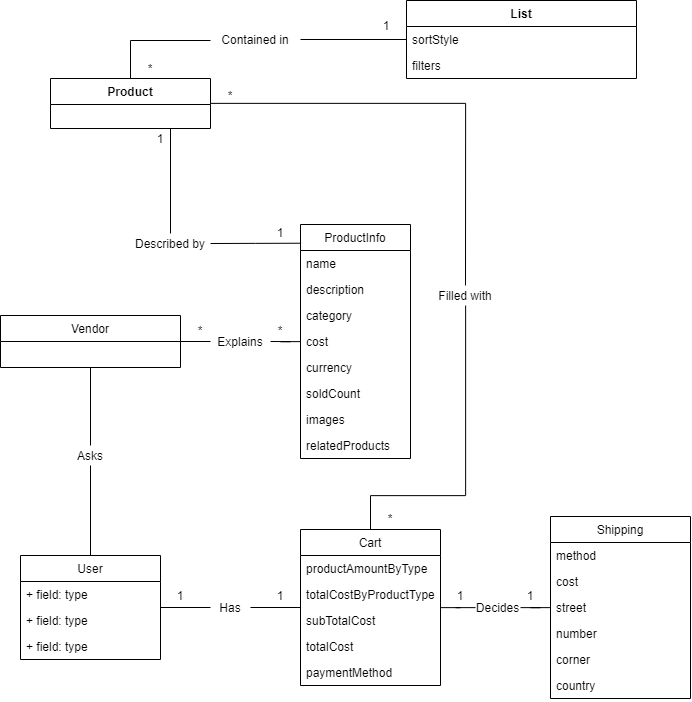
Above: Diagrama de clases Obligatorio.png in ezio815/obligatorio_jap (draw.io), before the change. Source tidied: cells renumbered, new cells last; positions are measured from the earlier drawing's top-left corner, leaving out a move shared by most shapes. Source of this version:
```xml
<mxGraphModel>
  <root>
    <mxCell id="0" />
    <mxCell id="1" parent="0" />
    <mxCell id="2" style="edgeStyle=orthogonalEdgeStyle;rounded=0;jettySize=auto;html=1;fontSize=12;endArrow=none;endFill=0;strokeColor=#000000;" parent="1" edge="1" source="3" target="10">
      <mxGeometry relative="1" as="geometry">
        <Array as="points">
          <mxPoint x="130" y="40" />
        </Array>
      </mxGeometry>
    </mxCell>
    <mxCell id="3" value="Product" style="swimlane;fontStyle=1;align=center;verticalAlign=top;horizontal=1;startSize=26;" parent="1" vertex="1">
      <mxGeometry x="50" y="78" width="160" height="50" as="geometry" />
    </mxCell>
    <mxCell id="4" value="List" style="swimlane;fontStyle=1;align=center;verticalAlign=top;horizontal=1;startSize=26;" parent="1" vertex="1">
      <mxGeometry x="406" width="230" height="78" as="geometry" />
    </mxCell>
    <mxCell id="5" value="sortStyle" style="text;strokeColor=none;fillColor=none;align=left;verticalAlign=top;spacingLeft=4;spacingRight=4;overflow=hidden;fontSize=12;" parent="4" vertex="1">
      <mxGeometry y="26" width="230" height="26" as="geometry" />
    </mxCell>
    <mxCell id="6" value="filters" style="text;strokeColor=none;fillColor=none;align=left;verticalAlign=top;spacingLeft=4;spacingRight=4;overflow=hidden;fontSize=12;" parent="4" vertex="1">
      <mxGeometry y="52" width="230" height="26" as="geometry" />
    </mxCell>
    <mxCell id="7" style="edgeStyle=orthogonalEdgeStyle;rounded=0;jettySize=auto;html=1;exitX=1;exitY=0.5;exitDx=0;exitDy=0;entryX=0;entryY=0.5;entryDx=0;entryDy=0;fontSize=12;endArrow=none;endFill=0;strokeColor=#000000;" parent="1" edge="1" source="8" target="28">
      <mxGeometry relative="1" as="geometry" />
    </mxCell>
    <mxCell id="8" value="Vendor" style="swimlane;fontStyle=0;horizontal=1;startSize=26;fillColor=none;" parent="1" vertex="1">
      <mxGeometry y="315" width="180" height="52" as="geometry" />
    </mxCell>
    <mxCell id="9" style="edgeStyle=orthogonalEdgeStyle;rounded=0;jettySize=auto;html=1;fontSize=12;endArrow=none;endFill=0;strokeColor=#000000;" parent="1" edge="1" source="10" target="4">
      <mxGeometry relative="1" as="geometry">
        <Array as="points">
          <mxPoint x="300" y="39" />
          <mxPoint x="300" y="39" />
        </Array>
      </mxGeometry>
    </mxCell>
    <mxCell id="10" value="Contained in" style="text;html=1;strokeColor=none;fillColor=none;align=center;verticalAlign=middle;whiteSpace=wrap;rounded=0;" parent="1" vertex="1">
      <mxGeometry x="210" y="29" width="90" height="20" as="geometry" />
    </mxCell>
    <mxCell id="11" value="*" style="text;html=1;strokeColor=none;fillColor=none;align=center;verticalAlign=middle;whiteSpace=wrap;rounded=0;fontSize=12;" parent="1" vertex="1">
      <mxGeometry x="130" y="58" width="40" height="20" as="geometry" />
    </mxCell>
    <mxCell id="12" value="1" style="text;html=1;strokeColor=none;fillColor=none;align=center;verticalAlign=middle;whiteSpace=wrap;rounded=0;fontSize=12;" parent="1" vertex="1">
      <mxGeometry x="366" y="15" width="40" height="20" as="geometry" />
    </mxCell>
    <mxCell id="13" value="ProductInfo" style="swimlane;fontStyle=0;horizontal=1;startSize=26;fillColor=none;fontSize=12;" parent="1" vertex="1">
      <mxGeometry x="300" y="224" width="110" height="234" as="geometry" />
    </mxCell>
    <mxCell id="14" value="name" style="text;strokeColor=none;fillColor=none;align=left;verticalAlign=top;spacingLeft=4;spacingRight=4;overflow=hidden;fontSize=12;" parent="13" vertex="1">
      <mxGeometry y="26" width="110" height="26" as="geometry" />
    </mxCell>
    <mxCell id="15" value="description" style="text;strokeColor=none;fillColor=none;align=left;verticalAlign=top;spacingLeft=4;spacingRight=4;overflow=hidden;fontSize=12;" parent="13" vertex="1">
      <mxGeometry y="52" width="110" height="26" as="geometry" />
    </mxCell>
    <mxCell id="16" value="category" style="text;strokeColor=none;fillColor=none;align=left;verticalAlign=top;spacingLeft=4;spacingRight=4;overflow=hidden;fontSize=12;" parent="13" vertex="1">
      <mxGeometry y="78" width="110" height="26" as="geometry" />
    </mxCell>
    <mxCell id="17" value="cost" style="text;strokeColor=none;fillColor=none;align=left;verticalAlign=top;spacingLeft=4;spacingRight=4;overflow=hidden;fontSize=12;" parent="13" vertex="1">
      <mxGeometry y="104" width="110" height="26" as="geometry" />
    </mxCell>
    <mxCell id="18" value="currency" style="text;strokeColor=none;fillColor=none;align=left;verticalAlign=top;spacingLeft=4;spacingRight=4;overflow=hidden;fontSize=12;" parent="13" vertex="1">
      <mxGeometry y="130" width="110" height="26" as="geometry" />
    </mxCell>
    <mxCell id="19" value="soldCount" style="text;strokeColor=none;fillColor=none;align=left;verticalAlign=top;spacingLeft=4;spacingRight=4;overflow=hidden;fontSize=12;" parent="13" vertex="1">
      <mxGeometry y="156" width="110" height="26" as="geometry" />
    </mxCell>
    <mxCell id="20" value="images" style="text;strokeColor=none;fillColor=none;align=left;verticalAlign=top;spacingLeft=4;spacingRight=4;overflow=hidden;fontSize=12;" parent="13" vertex="1">
      <mxGeometry y="182" width="110" height="26" as="geometry" />
    </mxCell>
    <mxCell id="21" value="relatedProducts" style="text;strokeColor=none;fillColor=none;align=left;verticalAlign=top;spacingLeft=4;spacingRight=4;overflow=hidden;fontSize=12;" parent="13" vertex="1">
      <mxGeometry y="208" width="110" height="26" as="geometry" />
    </mxCell>
    <mxCell id="22" style="edgeStyle=orthogonalEdgeStyle;rounded=0;jettySize=auto;html=1;entryX=0.006;entryY=0.08;entryDx=0;entryDy=0;entryPerimeter=0;fontSize=12;endArrow=none;endFill=0;strokeColor=#000000;startArrow=none;exitX=1;exitY=0.5;exitDx=0;exitDy=0;" parent="1" edge="1" source="23" target="13">
      <mxGeometry relative="1" as="geometry" />
    </mxCell>
    <mxCell id="23" value="Described by" style="text;html=1;strokeColor=none;fillColor=none;align=center;verticalAlign=middle;whiteSpace=wrap;rounded=0;fontSize=12;" parent="1" vertex="1">
      <mxGeometry x="130" y="233" width="80" height="20" as="geometry" />
    </mxCell>
    <mxCell id="24" style="edgeStyle=orthogonalEdgeStyle;rounded=0;jettySize=auto;html=1;entryX=0.5;entryY=0;entryDx=0;entryDy=0;fontSize=12;endArrow=none;endFill=0;strokeColor=#000000;exitX=0.75;exitY=1;exitDx=0;exitDy=0;" parent="1" edge="1" source="3" target="23">
      <mxGeometry relative="1" as="geometry" />
    </mxCell>
    <mxCell id="25" value="1" style="text;html=1;strokeColor=none;fillColor=none;align=center;verticalAlign=middle;whiteSpace=wrap;rounded=0;fontSize=12;" parent="1" vertex="1">
      <mxGeometry x="140" y="128" width="40" height="20" as="geometry" />
    </mxCell>
    <mxCell id="26" value="1" style="text;html=1;strokeColor=none;fillColor=none;align=center;verticalAlign=middle;whiteSpace=wrap;rounded=0;fontSize=12;" parent="1" vertex="1">
      <mxGeometry x="260" y="222" width="40" height="20" as="geometry" />
    </mxCell>
    <mxCell id="27" style="edgeStyle=orthogonalEdgeStyle;rounded=0;jettySize=auto;html=1;exitX=1;exitY=0.5;exitDx=0;exitDy=0;fontSize=12;endArrow=none;endFill=0;strokeColor=#000000;" parent="1" edge="1" source="28" target="13">
      <mxGeometry relative="1" as="geometry" />
    </mxCell>
    <mxCell id="28" value="Explains" style="text;html=1;strokeColor=none;fillColor=none;align=center;verticalAlign=middle;whiteSpace=wrap;rounded=0;fontSize=12;" parent="1" vertex="1">
      <mxGeometry x="210" y="331" width="60" height="20" as="geometry" />
    </mxCell>
    <mxCell id="29" value="*" style="text;html=1;strokeColor=none;fillColor=none;align=center;verticalAlign=middle;whiteSpace=wrap;rounded=0;fontSize=12;" parent="1" vertex="1">
      <mxGeometry x="180" y="320" width="40" height="20" as="geometry" />
    </mxCell>
    <mxCell id="30" value="*" style="text;html=1;strokeColor=none;fillColor=none;align=center;verticalAlign=middle;whiteSpace=wrap;rounded=0;fontSize=12;" parent="1" vertex="1">
      <mxGeometry x="260" y="320" width="40" height="20" as="geometry" />
    </mxCell>
    <mxCell id="31" style="edgeStyle=orthogonalEdgeStyle;rounded=0;jettySize=auto;html=1;entryX=0.5;entryY=1;entryDx=0;entryDy=0;fontSize=12;endArrow=none;endFill=0;strokeColor=#000000;startArrow=none;" parent="1" edge="1" source="36" target="8">
      <mxGeometry relative="1" as="geometry" />
    </mxCell>
    <mxCell id="32" value="User" style="swimlane;fontStyle=0;horizontal=1;startSize=26;fillColor=none;fontSize=12;" parent="1" vertex="1">
      <mxGeometry x="20" y="555" width="140" height="104" as="geometry" />
    </mxCell>
    <mxCell id="33" value="+ field: type" style="text;strokeColor=none;fillColor=none;align=left;verticalAlign=top;spacingLeft=4;spacingRight=4;overflow=hidden;" parent="32" vertex="1">
      <mxGeometry y="26" width="140" height="26" as="geometry" />
    </mxCell>
    <mxCell id="34" value="+ field: type" style="text;strokeColor=none;fillColor=none;align=left;verticalAlign=top;spacingLeft=4;spacingRight=4;overflow=hidden;" parent="32" vertex="1">
      <mxGeometry y="52" width="140" height="26" as="geometry" />
    </mxCell>
    <mxCell id="35" value="+ field: type" style="text;strokeColor=none;fillColor=none;align=left;verticalAlign=top;spacingLeft=4;spacingRight=4;overflow=hidden;" parent="32" vertex="1">
      <mxGeometry y="78" width="140" height="26" as="geometry" />
    </mxCell>
    <mxCell id="36" value="Asks" style="text;html=1;strokeColor=none;fillColor=none;align=center;verticalAlign=middle;whiteSpace=wrap;rounded=0;fontSize=12;" parent="1" vertex="1">
      <mxGeometry x="70" y="445" width="40" height="20" as="geometry" />
    </mxCell>
    <mxCell id="37" style="edgeStyle=orthogonalEdgeStyle;rounded=0;jettySize=auto;html=1;entryX=0.5;entryY=1;entryDx=0;entryDy=0;fontSize=12;endArrow=none;endFill=0;strokeColor=#000000;" parent="1" edge="1" source="32" target="36">
      <mxGeometry relative="1" as="geometry" />
    </mxCell>
    <mxCell id="38" value="Cart" style="swimlane;fontStyle=0;horizontal=1;startSize=26;fillColor=none;fontSize=12;" parent="1" vertex="1">
      <mxGeometry x="300" y="529" width="140" height="156" as="geometry" />
    </mxCell>
    <mxCell id="39" value="productAmountByType" style="text;strokeColor=none;fillColor=none;align=left;verticalAlign=top;spacingLeft=4;spacingRight=4;overflow=hidden;" parent="38" vertex="1">
      <mxGeometry y="26" width="140" height="26" as="geometry" />
    </mxCell>
    <mxCell id="40" value="totalCostByProductType" style="text;strokeColor=none;fillColor=none;align=left;verticalAlign=top;spacingLeft=4;spacingRight=4;overflow=hidden;fontSize=12;" parent="38" vertex="1">
      <mxGeometry y="52" width="140" height="26" as="geometry" />
    </mxCell>
    <mxCell id="41" value="subTotalCost" style="text;strokeColor=none;fillColor=none;align=left;verticalAlign=top;spacingLeft=4;spacingRight=4;overflow=hidden;" parent="38" vertex="1">
      <mxGeometry y="78" width="140" height="26" as="geometry" />
    </mxCell>
    <mxCell id="42" value="totalCost" style="text;strokeColor=none;fillColor=none;align=left;verticalAlign=top;spacingLeft=4;spacingRight=4;overflow=hidden;fontSize=12;" parent="38" vertex="1">
      <mxGeometry y="104" width="140" height="26" as="geometry" />
    </mxCell>
    <mxCell id="43" value="paymentMethod" style="text;strokeColor=none;fillColor=none;align=left;verticalAlign=top;spacingLeft=4;spacingRight=4;overflow=hidden;fontSize=12;" parent="38" vertex="1">
      <mxGeometry y="130" width="140" height="26" as="geometry" />
    </mxCell>
    <mxCell id="44" style="edgeStyle=orthogonalEdgeStyle;rounded=0;jettySize=auto;html=1;fontSize=12;endArrow=none;endFill=0;strokeColor=#000000;" parent="1" edge="1" source="46" target="38">
      <mxGeometry relative="1" as="geometry" />
    </mxCell>
    <mxCell id="45" style="edgeStyle=orthogonalEdgeStyle;rounded=0;jettySize=auto;html=1;fontSize=12;endArrow=none;endFill=0;strokeColor=#000000;" parent="1" edge="1" source="46" target="32">
      <mxGeometry relative="1" as="geometry" />
    </mxCell>
    <mxCell id="46" value="Has" style="text;html=1;strokeColor=none;fillColor=none;align=center;verticalAlign=middle;whiteSpace=wrap;rounded=0;fontSize=12;" parent="1" vertex="1">
      <mxGeometry x="210" y="597" width="40" height="20" as="geometry" />
    </mxCell>
    <mxCell id="47" style="edgeStyle=orthogonalEdgeStyle;rounded=0;jettySize=auto;html=1;fontSize=12;endArrow=none;endFill=0;strokeColor=#000000;exitX=0.5;exitY=0;exitDx=0;exitDy=0;" parent="1" edge="1" source="48" target="3">
      <mxGeometry relative="1" as="geometry">
        <Array as="points">
          <mxPoint x="465" y="103" />
        </Array>
      </mxGeometry>
    </mxCell>
    <mxCell id="48" value="Filled with" style="text;html=1;strokeColor=none;fillColor=none;align=center;verticalAlign=middle;whiteSpace=wrap;rounded=0;fontSize=12;" parent="1" vertex="1">
      <mxGeometry x="420" y="285" width="90" height="20" as="geometry" />
    </mxCell>
    <mxCell id="49" style="edgeStyle=orthogonalEdgeStyle;rounded=0;jettySize=auto;html=1;fontSize=12;endArrow=none;endFill=0;strokeColor=#000000;exitX=0.5;exitY=0;exitDx=0;exitDy=0;" parent="1" edge="1" source="38" target="48">
      <mxGeometry relative="1" as="geometry">
        <Array as="points">
          <mxPoint x="370" y="495" />
        </Array>
      </mxGeometry>
    </mxCell>
    <mxCell id="50" value="Shipping" style="swimlane;fontStyle=0;horizontal=1;startSize=26;fillColor=none;fontSize=12;" parent="1" vertex="1">
      <mxGeometry x="550" y="516" width="140" height="182" as="geometry" />
    </mxCell>
    <mxCell id="51" value="method" style="text;strokeColor=none;fillColor=none;align=left;verticalAlign=top;spacingLeft=4;spacingRight=4;overflow=hidden;" parent="50" vertex="1">
      <mxGeometry y="26" width="140" height="26" as="geometry" />
    </mxCell>
    <mxCell id="52" value="cost" style="text;strokeColor=none;fillColor=none;align=left;verticalAlign=top;spacingLeft=4;spacingRight=4;overflow=hidden;" parent="50" vertex="1">
      <mxGeometry y="52" width="140" height="26" as="geometry" />
    </mxCell>
    <mxCell id="53" value="street" style="text;strokeColor=none;fillColor=none;align=left;verticalAlign=top;spacingLeft=4;spacingRight=4;overflow=hidden;" parent="50" vertex="1">
      <mxGeometry y="78" width="140" height="26" as="geometry" />
    </mxCell>
    <mxCell id="54" value="number" style="text;strokeColor=none;fillColor=none;align=left;verticalAlign=top;spacingLeft=4;spacingRight=4;overflow=hidden;fontSize=12;" parent="50" vertex="1">
      <mxGeometry y="104" width="140" height="26" as="geometry" />
    </mxCell>
    <mxCell id="55" value="corner" style="text;strokeColor=none;fillColor=none;align=left;verticalAlign=top;spacingLeft=4;spacingRight=4;overflow=hidden;fontSize=12;" parent="50" vertex="1">
      <mxGeometry y="130" width="140" height="26" as="geometry" />
    </mxCell>
    <mxCell id="56" value="country" style="text;strokeColor=none;fillColor=none;align=left;verticalAlign=top;spacingLeft=4;spacingRight=4;overflow=hidden;fontSize=12;" parent="50" vertex="1">
      <mxGeometry y="156" width="140" height="26" as="geometry" />
    </mxCell>
    <mxCell id="57" style="edgeStyle=orthogonalEdgeStyle;rounded=0;jettySize=auto;html=1;fontSize=12;endArrow=none;endFill=0;strokeColor=#000000;" parent="1" edge="1" source="58" target="50">
      <mxGeometry relative="1" as="geometry" />
    </mxCell>
    <mxCell id="58" value="Decides" style="text;html=1;strokeColor=none;fillColor=none;align=center;verticalAlign=middle;whiteSpace=wrap;rounded=0;fontSize=12;" parent="1" vertex="1">
      <mxGeometry x="475" y="597" width="45" height="20" as="geometry" />
    </mxCell>
    <mxCell id="59" style="edgeStyle=orthogonalEdgeStyle;rounded=0;jettySize=auto;html=1;fontSize=12;endArrow=none;endFill=0;strokeColor=#000000;" parent="1" edge="1" source="38" target="58">
      <mxGeometry relative="1" as="geometry" />
    </mxCell>
    <mxCell id="60" value="*" style="text;html=1;strokeColor=none;fillColor=none;align=center;verticalAlign=middle;whiteSpace=wrap;rounded=0;fontSize=12;" parent="1" vertex="1">
      <mxGeometry x="370" y="508" width="40" height="20" as="geometry" />
    </mxCell>
    <mxCell id="61" value="1" style="text;html=1;strokeColor=none;fillColor=none;align=center;verticalAlign=middle;whiteSpace=wrap;rounded=0;fontSize=12;" parent="1" vertex="1">
      <mxGeometry x="440" y="585" width="40" height="20" as="geometry" />
    </mxCell>
    <mxCell id="62" value="1" style="text;html=1;strokeColor=none;fillColor=none;align=center;verticalAlign=middle;whiteSpace=wrap;rounded=0;fontSize=12;" parent="1" vertex="1">
      <mxGeometry x="510" y="585" width="40" height="20" as="geometry" />
    </mxCell>
    <mxCell id="63" value="1" style="text;html=1;strokeColor=none;fillColor=none;align=center;verticalAlign=middle;whiteSpace=wrap;rounded=0;fontSize=12;" parent="1" vertex="1">
      <mxGeometry x="160" y="585" width="40" height="20" as="geometry" />
    </mxCell>
    <mxCell id="64" value="1" style="text;html=1;strokeColor=none;fillColor=none;align=center;verticalAlign=middle;whiteSpace=wrap;rounded=0;fontSize=12;" parent="1" vertex="1">
      <mxGeometry x="260" y="585" width="40" height="20" as="geometry" />
    </mxCell>
    <mxCell id="65" value="*" style="text;html=1;strokeColor=none;fillColor=none;align=center;verticalAlign=middle;whiteSpace=wrap;rounded=0;fontSize=12;" parent="1" vertex="1">
      <mxGeometry x="210" y="85" width="40" height="20" as="geometry" />
    </mxCell>
  </root>
</mxGraphModel>
```
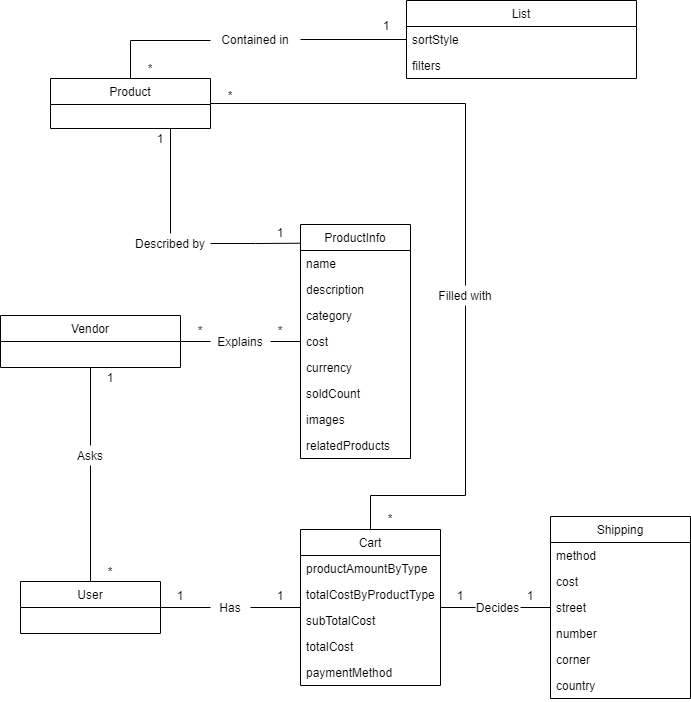
Above is the later version.

Diff of the diagram source:
```diff
@@ -9,10 +9,10 @@
         </Array>
       </mxGeometry>
     </mxCell>
-    <mxCell id="3" value="Product" style="swimlane;fontStyle=1;align=center;verticalAlign=top;horizontal=1;startSize=26;" parent="1" vertex="1">
+    <mxCell id="3" value="Product" style="swimlane;fontStyle=0;horizontal=1;startSize=26;fillColor=none;fontSize=12;" parent="1" vertex="1">
       <mxGeometry x="50" y="78" width="160" height="50" as="geometry" />
     </mxCell>
-    <mxCell id="4" value="List" style="swimlane;fontStyle=1;align=center;verticalAlign=top;horizontal=1;startSize=26;" parent="1" vertex="1">
+    <mxCell id="4" value="List" style="swimlane;fontStyle=0;horizontal=1;startSize=26;fillColor=none;fontSize=12;" parent="1" vertex="1">
       <mxGeometry x="406" width="230" height="78" as="geometry" />
     </mxCell>
     <mxCell id="5" value="sortStyle" style="text;strokeColor=none;fillColor=none;align=left;verticalAlign=top;spacingLeft=4;spacingRight=4;overflow=hidden;fontSize=12;" parent="4" vertex="1">
@@ -102,17 +102,8 @@
       <mxGeometry relative="1" as="geometry" />
     </mxCell>
     <mxCell id="32" value="User" style="swimlane;fontStyle=0;horizontal=1;startSize=26;fillColor=none;fontSize=12;" parent="1" vertex="1">
-      <mxGeometry x="20" y="555" width="140" height="104" as="geometry" />
+      <mxGeometry x="20" y="581" width="140" height="52" as="geometry" />
     </mxCell>
-    <mxCell id="33" value="+ field: type" style="text;strokeColor=none;fillColor=none;align=left;verticalAlign=top;spacingLeft=4;spacingRight=4;overflow=hidden;" parent="32" vertex="1">
-      <mxGeometry y="26" width="140" height="26" as="geometry" />
-    </mxCell>
-    <mxCell id="34" value="+ field: type" style="text;strokeColor=none;fillColor=none;align=left;verticalAlign=top;spacingLeft=4;spacingRight=4;overflow=hidden;" parent="32" vertex="1">
-      <mxGeometry y="52" width="140" height="26" as="geometry" />
-    </mxCell>
-    <mxCell id="35" value="+ field: type" style="text;strokeColor=none;fillColor=none;align=left;verticalAlign=top;spacingLeft=4;spacingRight=4;overflow=hidden;" parent="32" vertex="1">
-      <mxGeometry y="78" width="140" height="26" as="geometry" />
-    </mxCell>
     <mxCell id="36" value="Asks" style="text;html=1;strokeColor=none;fillColor=none;align=center;verticalAlign=middle;whiteSpace=wrap;rounded=0;fontSize=12;" parent="1" vertex="1">
       <mxGeometry x="70" y="445" width="40" height="20" as="geometry" />
     </mxCell>
@@ -211,5 +202,11 @@
     <mxCell id="65" value="*" style="text;html=1;strokeColor=none;fillColor=none;align=center;verticalAlign=middle;whiteSpace=wrap;rounded=0;fontSize=12;" parent="1" vertex="1">
       <mxGeometry x="210" y="85" width="40" height="20" as="geometry" />
     </mxCell>
+    <mxCell id="66" value="*" style="text;html=1;strokeColor=none;fillColor=none;align=center;verticalAlign=middle;whiteSpace=wrap;rounded=0;" parent="1" vertex="1">
+      <mxGeometry x="90" y="561" width="40" height="20" as="geometry" />
+    </mxCell>
+    <mxCell id="67" value="1" style="text;html=1;strokeColor=none;fillColor=none;align=center;verticalAlign=middle;whiteSpace=wrap;rounded=0;" parent="1" vertex="1">
+      <mxGeometry x="90" y="367" width="40" height="20" as="geometry" />
+    </mxCell>
   </root>
 </mxGraphModel>
```
